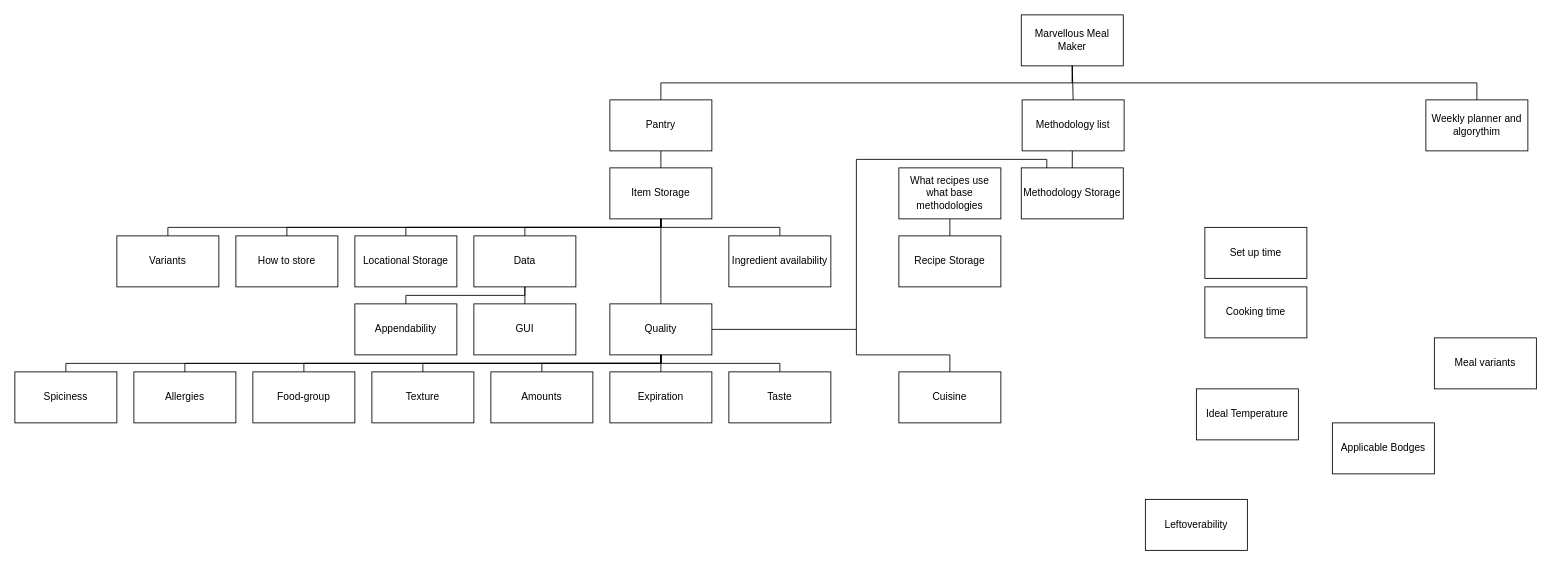
Before: Marvellous Meal Maker.drawio in JessHorserage/Marvellous-Meal-Maker, a draw.io diagram. Source tidied: cells renumbered, new cells numbered last; positions are measured from the earlier drawing's top-left corner, leaving out a move shared by most shapes. Both pictures are drawn from the tidied source at 85%, with x=0, y=0 at pixel (14, 14).
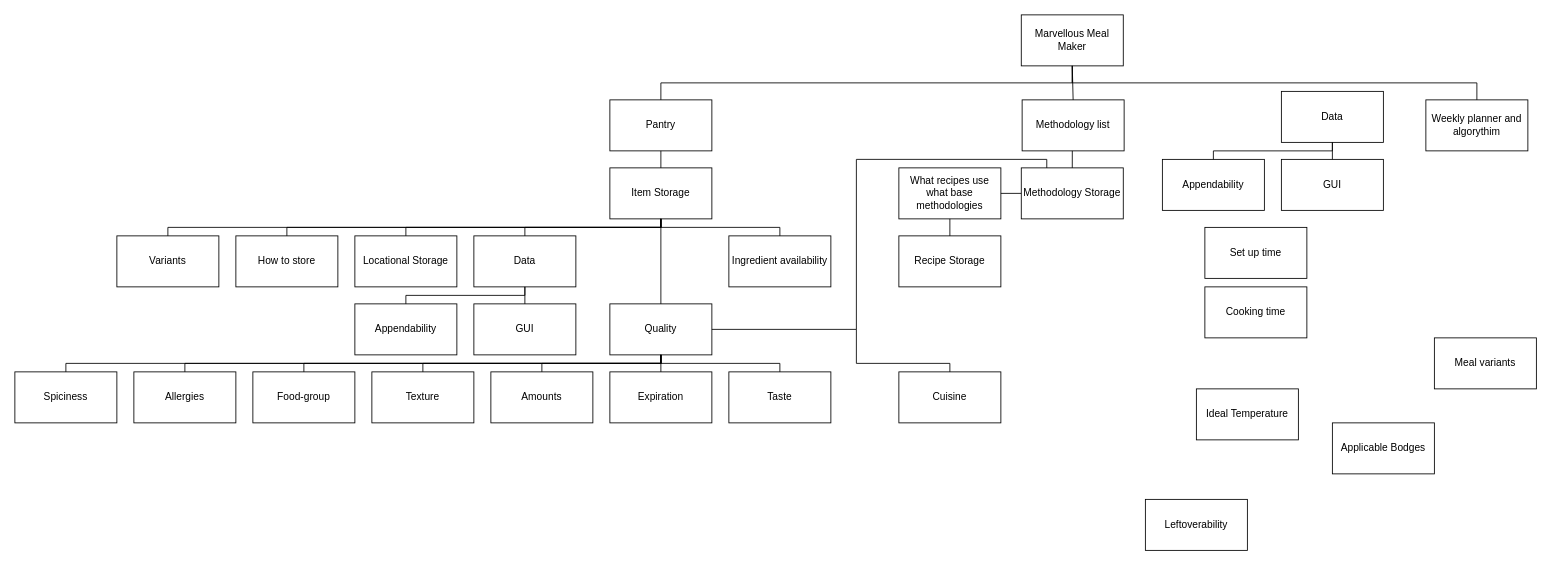
The same page after the edit.

The change refers to these unchanged cells:
```xml
<mxCell id="39" value="What recipes use what base methodologies" style="rounded=0;whiteSpace=wrap;html=1;" parent="1" vertex="1">
  <mxGeometry x="1040" y="180" width="120" height="60" as="geometry" />
</mxCell>
<mxCell id="46" value="Cuisine" style="rounded=0;whiteSpace=wrap;html=1;" parent="1" vertex="1">
  <mxGeometry x="1040" y="420" width="120" height="60" as="geometry" />
</mxCell>
<mxCell id="48" value="Methodology Storage" style="rounded=0;whiteSpace=wrap;html=1;" parent="1" vertex="1">
  <mxGeometry x="1184" y="180" width="120" height="60" as="geometry" />
</mxCell>
```

Diff of the diagram source:
```diff
@@
     <mxCell id="54" style="endArrow=none;html=1;rounded=0;exitX=0.5;exitY=0;exitDx=0;exitDy=0;" parent="1" edge="1" source="46">
       <mxGeometry relative="1" as="geometry">
         <mxPoint x="990" y="370" as="targetPoint" />
         <Array as="points">
-          <mxPoint x="1100" y="400" />
-          <mxPoint x="990" y="400" />
+          <mxPoint x="1100" y="410" />
+          <mxPoint x="990" y="410" />
         </Array>
       </mxGeometry>
     </mxCell>
+    <mxCell id="55" style="endArrow=none;html=1;rounded=0;entryX=1;entryY=0.5;entryDx=0;entryDy=0;exitX=0;exitY=0.5;exitDx=0;exitDy=0;" parent="1" edge="1" source="48" target="39">
+      <mxGeometry relative="1" as="geometry" />
+    </mxCell>
+    <mxCell id="56" value="Appendability" style="rounded=0;whiteSpace=wrap;html=1;" parent="1" vertex="1">
+      <mxGeometry x="1350" y="170" width="120" height="60" as="geometry" />
+    </mxCell>
+    <mxCell id="57" value="Data" style="rounded=0;whiteSpace=wrap;html=1;" parent="1" vertex="1">
+      <mxGeometry x="1490" y="90" width="120" height="60" as="geometry" />
+    </mxCell>
+    <mxCell id="58" value="GUI" style="rounded=0;whiteSpace=wrap;html=1;" parent="1" vertex="1">
+      <mxGeometry x="1490" y="170" width="120" height="60" as="geometry" />
+    </mxCell>
+    <mxCell id="59" style="endArrow=none;html=1;rounded=0;entryX=0.5;entryY=1;entryDx=0;entryDy=0;exitX=0.5;exitY=0;exitDx=0;exitDy=0;" parent="1" edge="1" source="58" target="57">
+      <mxGeometry relative="1" as="geometry" />
+    </mxCell>
+    <mxCell id="60" style="endArrow=none;html=1;rounded=0;entryX=0.5;entryY=0;entryDx=0;entryDy=0;exitX=0.5;exitY=1;exitDx=0;exitDy=0;" parent="1" edge="1" source="57" target="56">
+      <mxGeometry relative="1" as="geometry">
+        <Array as="points">
+          <mxPoint x="1550" y="160" />
+          <mxPoint x="1410" y="160" />
+        </Array>
+      </mxGeometry>
+    </mxCell>
```
